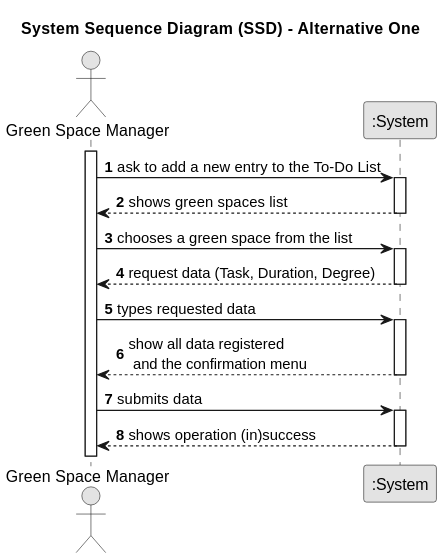
Above: docs/sprintC/us021/01.requirements-engineering/svg/us021-system-sequence-diagram-alternative-one-System_Sequence_Diagram__SSD____Alternative_One.svg in SAEmanuel/Green_Spaces_Management_ISEP (PlantUML), before the change.
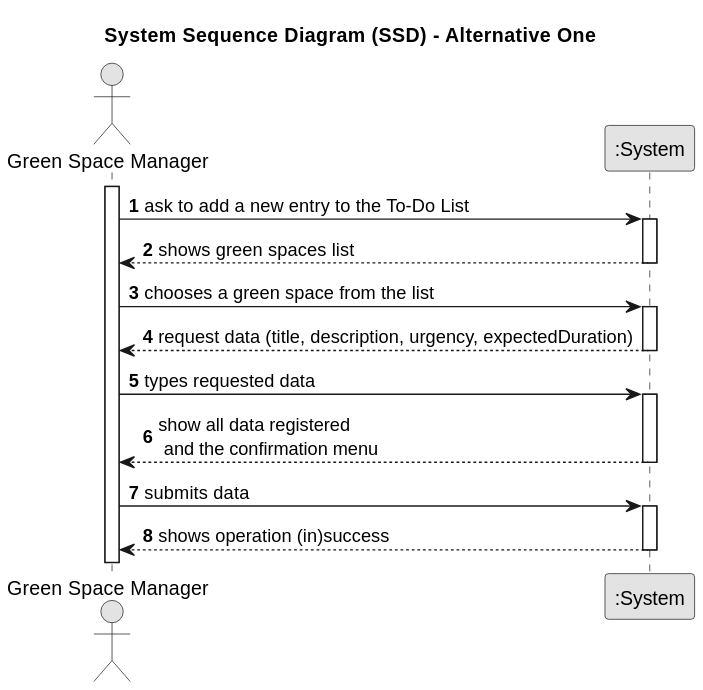
The same file after the commit.

The edit, as a diff of the source:
```diff
@@ -23,7 +23,7 @@
 
     activate System
 
-        System --> Employee : request data (Task, Duration, Degree)
+        System --> Employee : request data (title, description, urgency, expectedDuration)
     deactivate System
 
      Employee -> System : types requested data
```
